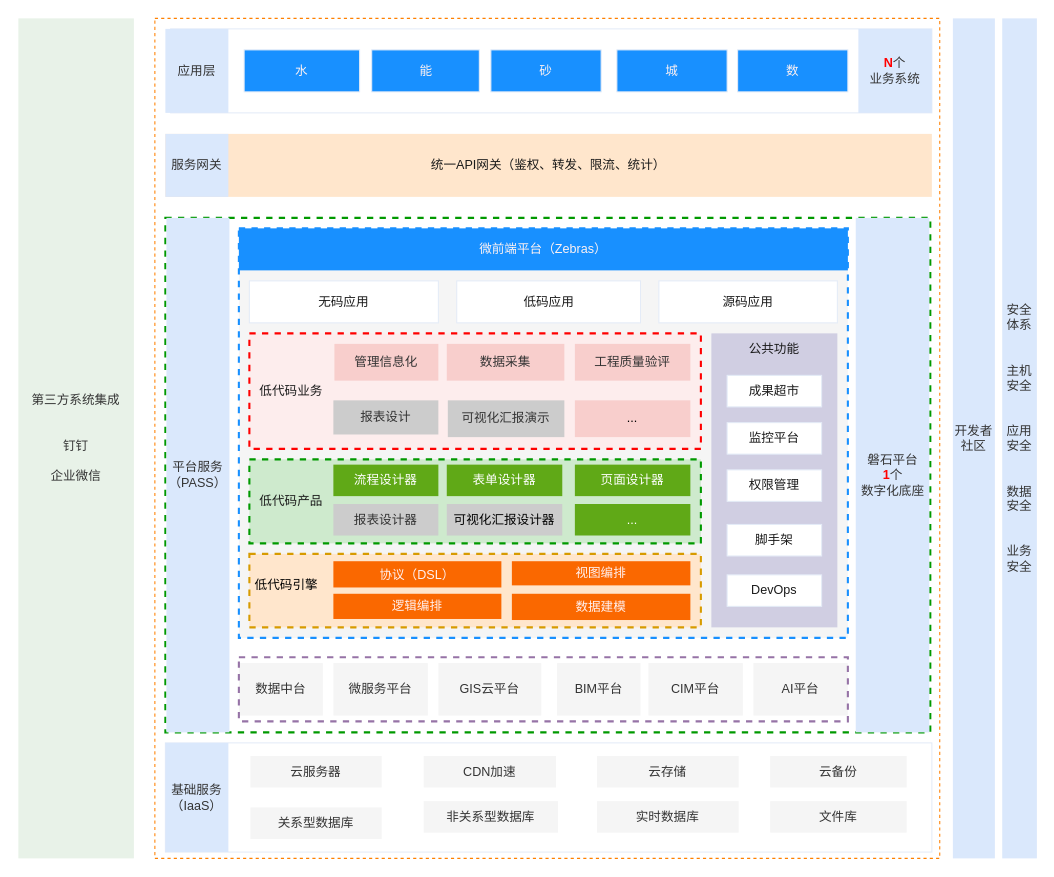
tangyaosimida/love keeps this draw.io diagram as 低代码——整体架构图.drawio. Above is the earlier version. Source tidied: cells renumbered, new cells numbered last; positions are measured from the earlier drawing's top-left corner, leaving out a move shared by most shapes. Both pictures are drawn from the tidied source at 105%, with x=0, y=0 at pixel (18, 18).
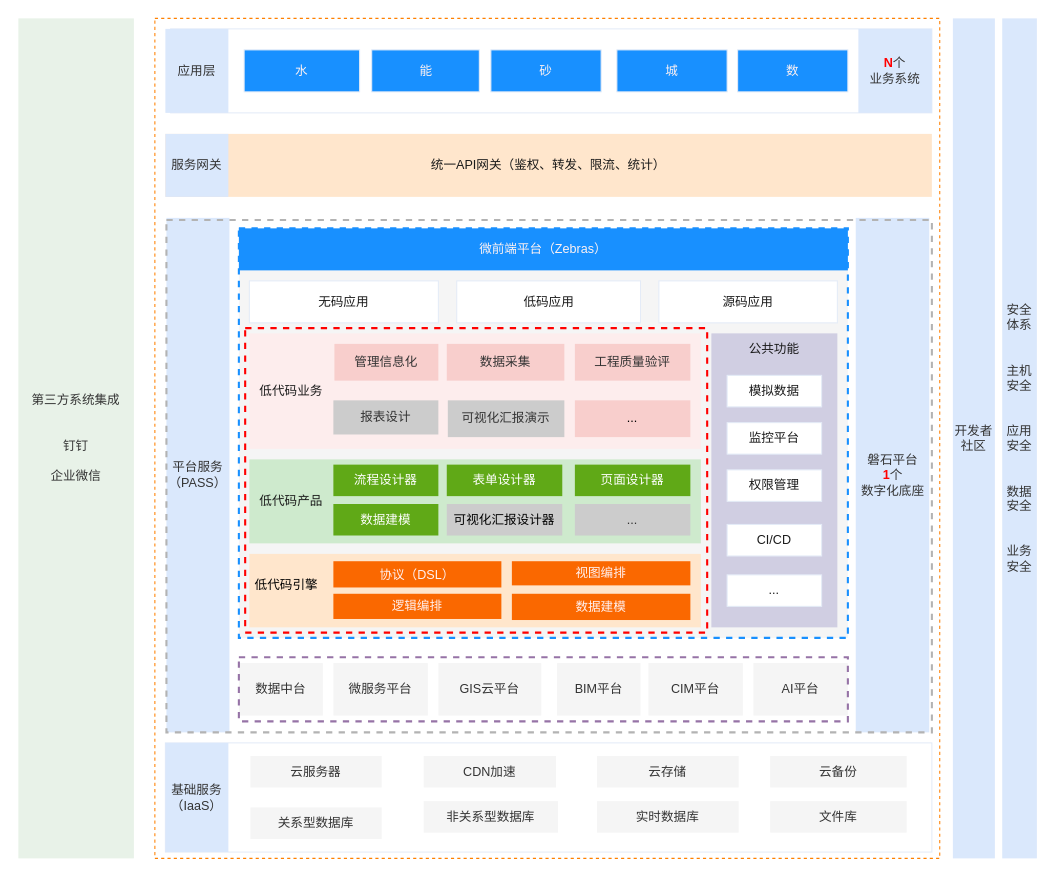
The same diagram, later.

Commit message:
更新低代码——整体架构图.drawio

Change to the diagram source:
```diff
@@
+    <mxCell id="64" value="磐石平台&lt;div&gt;&lt;font color=&quot;#ff0000&quot;&gt;&lt;b&gt;1&lt;/b&gt;&lt;/font&gt;个&lt;/div&gt;&lt;div&gt;数字化底座&lt;/div&gt;" style="rounded=0;whiteSpace=wrap;html=1;strokeColor=none;fillColor=#dae8fc;fontColor=#333333;" parent="1" vertex="1">
+      <mxGeometry x="797.5" y="190" width="70" height="490" as="geometry" />
+    </mxCell>
+    <mxCell id="68" value="平台服务&lt;div&gt;（PASS）&lt;/div&gt;" style="rounded=0;whiteSpace=wrap;html=1;fillColor=#dae8fc;strokeColor=none;fontColor=#333333;" parent="1" vertex="1">
+      <mxGeometry x="141" y="190" width="60" height="490" as="geometry" />
+    </mxCell>
+    <mxCell id="70" style="rounded=0;whiteSpace=wrap;html=1;strokeColor=#B3B3B3;fillColor=none;dashed=1;strokeWidth=2;fontColor=#1A1A1A;" parent="1" vertex="1">
+      <mxGeometry x="141" y="192" width="729" height="488" as="geometry" />
+    </mxCell>
+    <mxCell id="25" style="rounded=0;whiteSpace=wrap;html=1;fillColor=#f5f5f5;dashed=1;strokeColor=#1890FF;strokeWidth=2;fontColor=#1A1A1A;" parent="1" vertex="1">
+      <mxGeometry x="210" y="200" width="580" height="390" as="geometry" />
+    </mxCell>
@@
-    <mxCell id="18" style="rounded=0;whiteSpace=wrap;html=1;strokeColor=#009900;fillColor=none;dashed=1;strokeWidth=2;fontColor=#1A1A1A;" parent="1" vertex="1">
-      <mxGeometry x="140" y="190" width="728.5" height="490" as="geometry" />
+    <mxCell id="18" style="rounded=0;whiteSpace=wrap;html=1;strokeColor=#FF0000;fillColor=none;dashed=1;strokeWidth=2;fontColor=#1A1A1A;" parent="1" vertex="1">
+      <mxGeometry x="216" y="295" width="440" height="290" as="geometry" />
     </mxCell>
@@
-    <mxCell id="25" style="rounded=0;whiteSpace=wrap;html=1;fillColor=#f5f5f5;dashed=1;strokeColor=#1890FF;strokeWidth=2;fontColor=#1A1A1A;" parent="1" vertex="1">
-      <mxGeometry x="210" y="200" width="580" height="390" as="geometry" />
-    </mxCell>
@@
-    <mxCell id="28" value="成果超市" style="rounded=0;whiteSpace=wrap;html=1;strokeColor=#E4EBF7;fontColor=#1A1A1A;" parent="1" vertex="1">
+    <mxCell id="28" value="模拟数据" style="rounded=0;whiteSpace=wrap;html=1;strokeColor=#E4EBF7;fontColor=#1A1A1A;" parent="1" vertex="1">
       <mxGeometry x="675" y="340" width="90" height="30" as="geometry" />
     </mxCell>
@@
-    <mxCell id="31" value="脚手架" style="rounded=0;whiteSpace=wrap;html=1;strokeColor=#E4EBF7;fontColor=#1A1A1A;" parent="1" vertex="1">
+    <mxCell id="31" value="CI/CD" style="rounded=0;whiteSpace=wrap;html=1;strokeColor=#E4EBF7;fontColor=#1A1A1A;" parent="1" vertex="1">
       <mxGeometry x="675" y="482" width="90" height="30" as="geometry" />
     </mxCell>
-    <mxCell id="32" value="DevOps" style="rounded=0;whiteSpace=wrap;html=1;strokeColor=#E4EBF7;fontColor=#1A1A1A;" parent="1" vertex="1">
+    <mxCell id="32" value="..." style="rounded=0;whiteSpace=wrap;html=1;strokeColor=#E4EBF7;fontColor=#1A1A1A;" parent="1" vertex="1">
       <mxGeometry x="675" y="530" width="90" height="30" as="geometry" />
     </mxCell>
@@
-    <mxCell id="34" style="rounded=0;whiteSpace=wrap;html=1;strokeColor=#d79b00;fillColor=#ffe6cc;dashed=1;strokeWidth=2;" parent="1" vertex="1">
+    <mxCell id="34" style="rounded=0;whiteSpace=wrap;html=1;strokeColor=none;fillColor=#ffe6cc;dashed=1;strokeWidth=2;" parent="1" vertex="1">
       <mxGeometry x="220" y="510" width="430" height="70" as="geometry" />
     </mxCell>
-    <mxCell id="35" style="rounded=0;whiteSpace=wrap;html=1;strokeColor=#009900;fillColor=#CEEACD;dashed=1;strokeWidth=2;" parent="1" vertex="1">
+    <mxCell id="35" style="rounded=0;whiteSpace=wrap;html=1;strokeColor=none;fillColor=#CEEACD;dashed=1;strokeWidth=2;" parent="1" vertex="1">
       <mxGeometry x="220" y="420" width="430" height="80" as="geometry" />
     </mxCell>
@@
-    <mxCell id="38" style="rounded=0;whiteSpace=wrap;html=1;strokeColor=#FF0000;fillColor=#FDEDED;strokeWidth=2;dashed=1;" parent="1" vertex="1">
+    <mxCell id="38" style="rounded=0;whiteSpace=wrap;html=1;strokeColor=none;fillColor=#FDEDED;strokeWidth=2;dashed=1;" parent="1" vertex="1">
       <mxGeometry x="220" y="300" width="430" height="110" as="geometry" />
     </mxCell>
@@
-    <mxCell id="52" value="..." style="text;html=1;align=center;verticalAlign=middle;whiteSpace=wrap;rounded=0;strokeColor=none;fillColor=#60a917;fontColor=#ffffff;" parent="1" vertex="1">
+    <mxCell id="52" value="..." style="text;html=1;align=center;verticalAlign=middle;whiteSpace=wrap;rounded=0;strokeColor=none;fillColor=#CCCCCC;fontColor=#333333;" parent="1" vertex="1">
       <mxGeometry x="530" y="462.5" width="110" height="30" as="geometry" />
     </mxCell>
@@
-    <mxCell id="59" value="报表设计器" style="text;html=1;align=center;verticalAlign=middle;whiteSpace=wrap;rounded=0;fillColor=#CCCCCC;fontColor=#333333;strokeColor=none;" parent="1" vertex="1">
+    <mxCell id="59" value="数据建模" style="text;html=1;align=center;verticalAlign=middle;whiteSpace=wrap;rounded=0;fillColor=#60a917;fontColor=#ffffff;strokeColor=none;" parent="1" vertex="1">
       <mxGeometry x="300" y="462.5" width="100" height="30" as="geometry" />
     </mxCell>
@@
-    <mxCell id="64" value="磐石平台&lt;div&gt;&lt;font color=&quot;#ff0000&quot;&gt;&lt;b&gt;1&lt;/b&gt;&lt;/font&gt;个&lt;/div&gt;&lt;div&gt;数字化底座&lt;/div&gt;" style="rounded=0;whiteSpace=wrap;html=1;strokeColor=none;fillColor=#dae8fc;fontColor=#333333;" parent="1" vertex="1">
-      <mxGeometry x="797.5" y="190" width="70" height="490" as="geometry" />
-    </mxCell>
@@
-    <mxCell id="68" value="平台服务&lt;div&gt;（PASS）&lt;/div&gt;" style="rounded=0;whiteSpace=wrap;html=1;fillColor=#dae8fc;strokeColor=none;fontColor=#333333;" parent="1" vertex="1">
-      <mxGeometry x="141" y="190" width="60" height="490" as="geometry" />
-    </mxCell>
```
